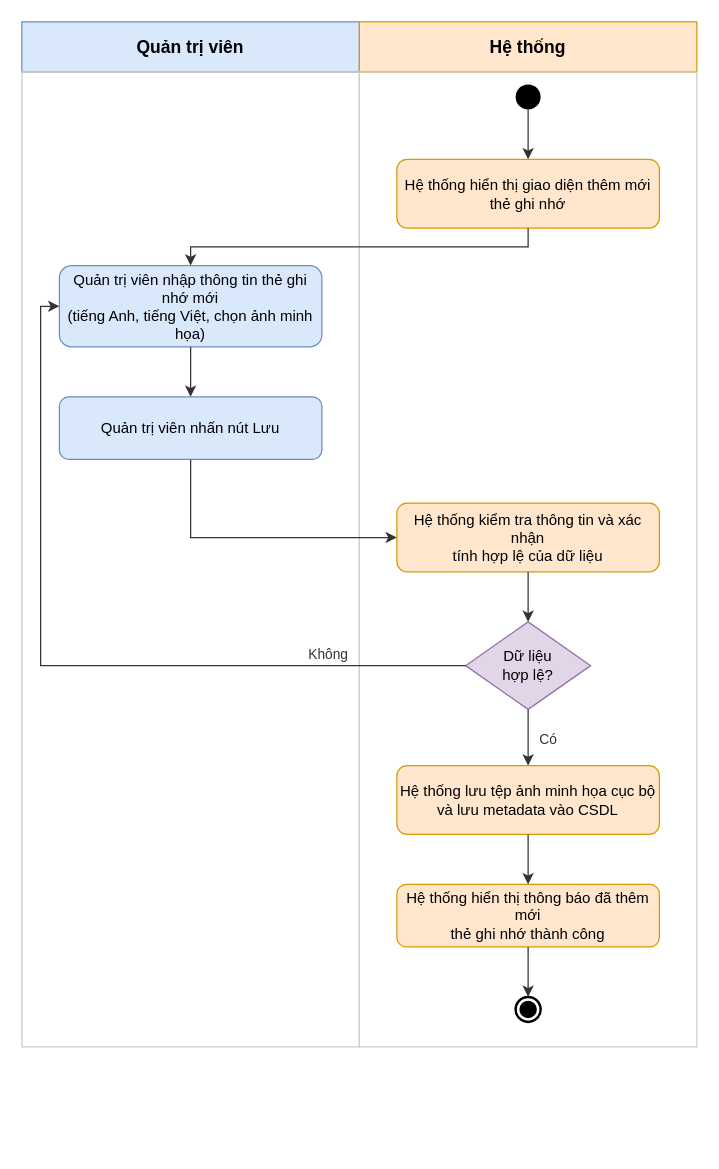
The draw.io diagram docs/AD/activity_diagram_add_flashcard.drawio in mitiie/KidX, before the edit. Source tidied: cells renumbered, new cells numbered last; positions are measured from the earlier drawing's top-left corner, leaving out a move shared by most shapes. Both pictures are drawn from the tidied source at 125%, with x=0, y=0 at pixel (21, 21).
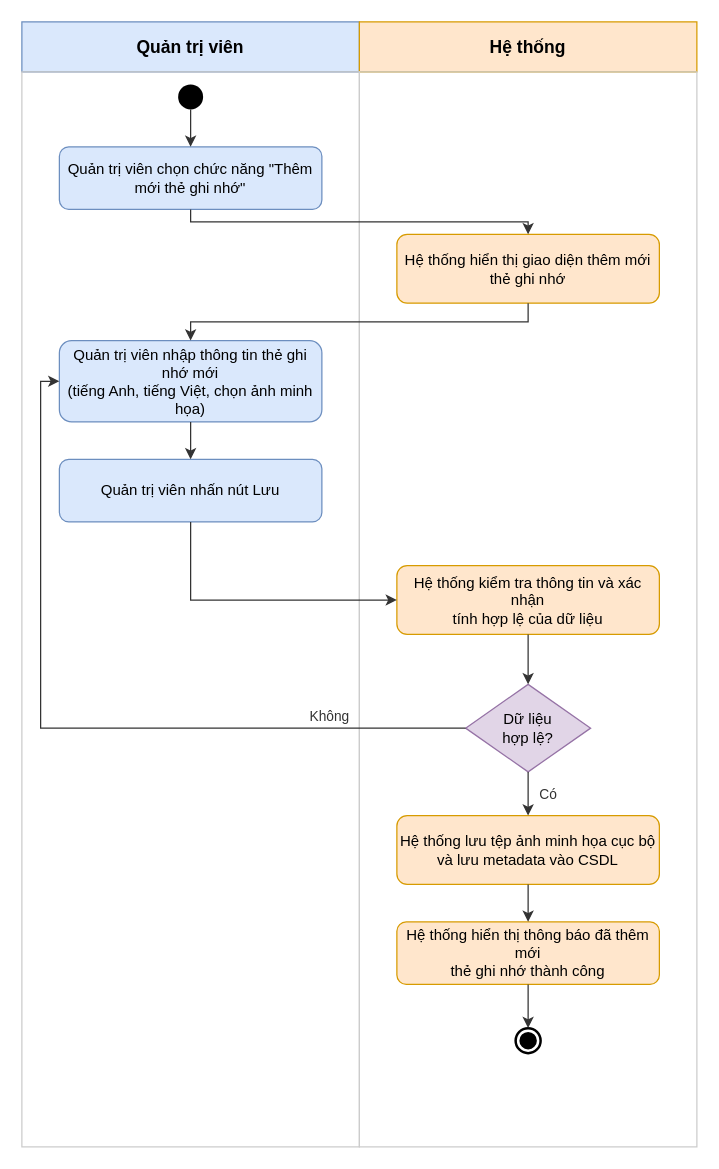
The same page after the edit.

What changed in the source:
```diff
@@
     <mxCell id="4" style="fillColor=none;strokeColor=#cccccc;strokeWidth=1;" parent="1" vertex="1">
-      <mxGeometry y="40" width="270" height="780" as="geometry" />
+      <mxGeometry y="40" width="270" height="860" as="geometry" />
     </mxCell>
     <mxCell id="5" style="fillColor=none;strokeColor=#cccccc;strokeWidth=1;" parent="1" vertex="1">
-      <mxGeometry x="270" y="40" width="270" height="780" as="geometry" />
+      <mxGeometry x="270" y="40" width="270" height="860" as="geometry" />
     </mxCell>
     <mxCell id="6" style="ellipse;html=1;fillColor=#000000;strokeColor=none;" parent="1" vertex="1">
-      <mxGeometry x="395" y="50" width="20" height="20" as="geometry" />
+      <mxGeometry x="125" y="50" width="20" height="20" as="geometry" />
     </mxCell>
+    <mxCell id="26" value="Quản trị viên chọn chức năng &quot;Thêm mới thẻ ghi nhớ&quot;" style="rounded=1;whiteSpace=wrap;html=1;fillColor=#dae8fc;strokeColor=#6c8ebf;fontColor=#000000;fontSize=12;" parent="1" vertex="1">
+      <mxGeometry x="30" y="100" width="210" height="50" as="geometry" />
+    </mxCell>
     <mxCell id="7" value="Hệ thống hiển thị giao diện thêm mới&#10;thẻ ghi nhớ" style="rounded=1;whiteSpace=wrap;html=1;fillColor=#ffe6cc;strokeColor=#d79b00;fontColor=#000000;fontSize=12;" parent="1" vertex="1">
-      <mxGeometry x="300" y="110" width="210" height="55" as="geometry" />
+      <mxGeometry x="300" y="170" width="210" height="55" as="geometry" />
     </mxCell>
     <mxCell id="8" value="Quản trị viên nhập thông tin thẻ ghi nhớ mới&#10;(tiếng Anh, tiếng Việt, chọn ảnh minh họa)" style="rounded=1;whiteSpace=wrap;html=1;fillColor=#dae8fc;strokeColor=#6c8ebf;fontColor=#000000;fontSize=12;" parent="1" vertex="1">
-      <mxGeometry x="30" y="195" width="210" height="65" as="geometry" />
+      <mxGeometry x="30" y="255" width="210" height="65" as="geometry" />
     </mxCell>
     <mxCell id="9" value="Quản trị viên nhấn nút Lưu" style="rounded=1;whiteSpace=wrap;html=1;fillColor=#dae8fc;strokeColor=#6c8ebf;fontColor=#000000;fontSize=12;" parent="1" vertex="1">
-      <mxGeometry x="30" y="300" width="210" height="50" as="geometry" />
+      <mxGeometry x="30" y="350" width="210" height="50" as="geometry" />
     </mxCell>
     <mxCell id="10" value="Hệ thống kiểm tra thông tin và xác nhận&#10;tính hợp lệ của dữ liệu" style="rounded=1;whiteSpace=wrap;html=1;fillColor=#ffe6cc;strokeColor=#d79b00;fontColor=#000000;fontSize=12;" parent="1" vertex="1">
-      <mxGeometry x="300" y="385" width="210" height="55" as="geometry" />
+      <mxGeometry x="300" y="435" width="210" height="55" as="geometry" />
     </mxCell>
     <mxCell id="11" value="Dữ liệu&#10;hợp lệ?" style="rhombus;whiteSpace=wrap;html=1;fillColor=#e1d5e7;strokeColor=#9673a6;fontColor=#000000;fontSize=12;" parent="1" vertex="1">
-      <mxGeometry x="355" y="480" width="100" height="70" as="geometry" />
+      <mxGeometry x="355" y="530" width="100" height="70" as="geometry" />
     </mxCell>
     <mxCell id="12" value="Hệ thống lưu tệp ảnh minh họa cục bộ&#10;và lưu metadata vào CSDL" style="rounded=1;whiteSpace=wrap;html=1;fillColor=#ffe6cc;strokeColor=#d79b00;fontColor=#000000;fontSize=12;" parent="1" vertex="1">
-      <mxGeometry x="300" y="595" width="210" height="55" as="geometry" />
+      <mxGeometry x="300" y="635" width="210" height="55" as="geometry" />
     </mxCell>
     <mxCell id="13" value="Hệ thống hiển thị thông báo đã thêm mới&#10;thẻ ghi nhớ thành công" style="rounded=1;whiteSpace=wrap;html=1;fillColor=#ffe6cc;strokeColor=#d79b00;fontColor=#000000;fontSize=12;" parent="1" vertex="1">
-      <mxGeometry x="300" y="690" width="210" height="50" as="geometry" />
+      <mxGeometry x="300" y="720" width="210" height="50" as="geometry" />
     </mxCell>
     <mxCell id="14" style="ellipse;html=1;shape=endState;fillColor=#000000;strokeColor=#000000;strokeWidth=2;" parent="1" vertex="1">
-      <mxGeometry x="395" y="780" width="20" height="20" as="geometry" />
+      <mxGeometry x="395" y="805" width="20" height="20" as="geometry" />
     </mxCell>
-    <mxCell id="15" style="edgeStyle=orthogonalEdgeStyle;rounded=0;jettySize=auto;html=1;strokeColor=#333333;endArrow=classic;" parent="1" edge="1" source="6" target="7">
+    <mxCell id="15" style="edgeStyle=orthogonalEdgeStyle;rounded=0;jettySize=auto;html=1;strokeColor=#333333;endArrow=classic;" parent="1" edge="1" source="6" target="26">
       <mxGeometry relative="1" as="geometry" />
     </mxCell>
+    <mxCell id="27" style="edgeStyle=orthogonalEdgeStyle;rounded=0;jettySize=auto;html=1;strokeColor=#333333;endArrow=classic;entryX=0.5;entryY=0;" parent="1" edge="1" source="26" target="7">
+      <mxGeometry relative="1" as="geometry">
+        <Array as="points">
+          <mxPoint x="135" y="160" />
+          <mxPoint x="405" y="160" />
+        </Array>
+      </mxGeometry>
+    </mxCell>
     <mxCell id="16" style="edgeStyle=orthogonalEdgeStyle;rounded=0;jettySize=auto;html=1;strokeColor=#333333;endArrow=classic;entryX=0.5;entryY=0;" parent="1" edge="1" source="7" target="8">
       <mxGeometry relative="1" as="geometry">
         <Array as="points">
-          <mxPoint x="405" y="180" />
-          <mxPoint x="135" y="180" />
+          <mxPoint x="405" y="240" />
+          <mxPoint x="135" y="240" />
         </Array>
       </mxGeometry>
     </mxCell>
@@
     <mxCell id="18" style="edgeStyle=orthogonalEdgeStyle;rounded=0;jettySize=auto;html=1;strokeColor=#333333;endArrow=classic;entryX=0;entryY=0.5;" parent="1" edge="1" source="9" target="10">
       <mxGeometry relative="1" as="geometry">
         <Array as="points">
-          <mxPoint x="135" y="412.5" />
+          <mxPoint x="135" y="462.5" />
         </Array>
       </mxGeometry>
     </mxCell>
@@
     <mxCell id="20" style="edgeStyle=orthogonalEdgeStyle;rounded=0;jettySize=auto;html=1;strokeColor=#333333;endArrow=classic;entryX=0;entryY=0.5;" parent="1" edge="1" source="11" target="8">
       <mxGeometry relative="1" as="geometry">
         <Array as="points">
-          <mxPoint x="15" y="515" />
-          <mxPoint x="15" y="227.5" />
+          <mxPoint x="15" y="565" />
+          <mxPoint x="15" y="287.5" />
         </Array>
       </mxGeometry>
     </mxCell>
```
